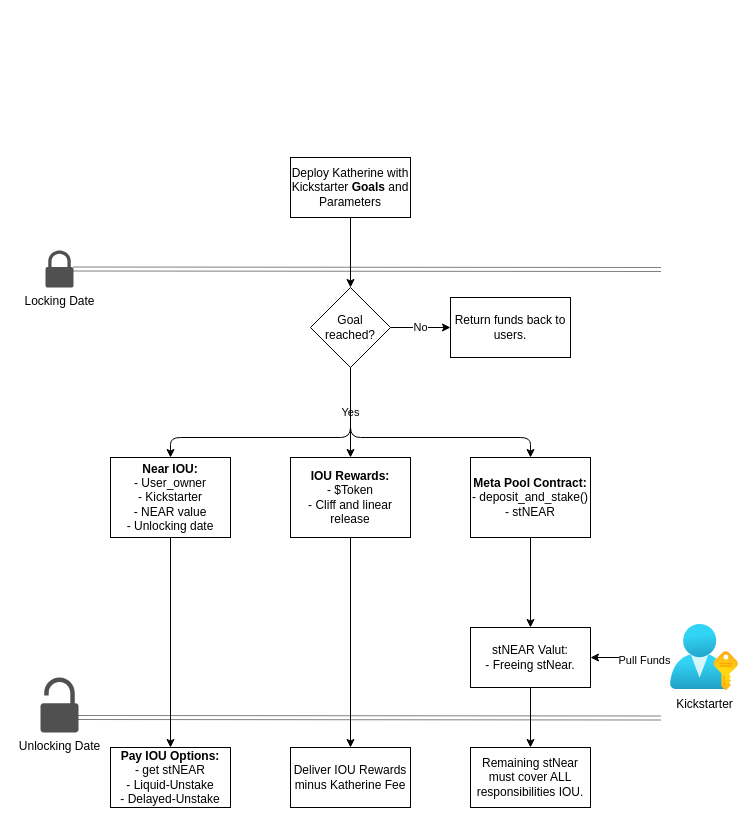
The draw.io diagram media/logic.drawio in Narwallets/katherine-fundraising, before the edit. Source tidied: cells renumbered, new cells numbered last; positions are measured from the earlier drawing's top-left corner, leaving out a move shared by most shapes. Both pictures are drawn from the tidied source at 100%, with x=0, y=0 at pixel (40, 157).
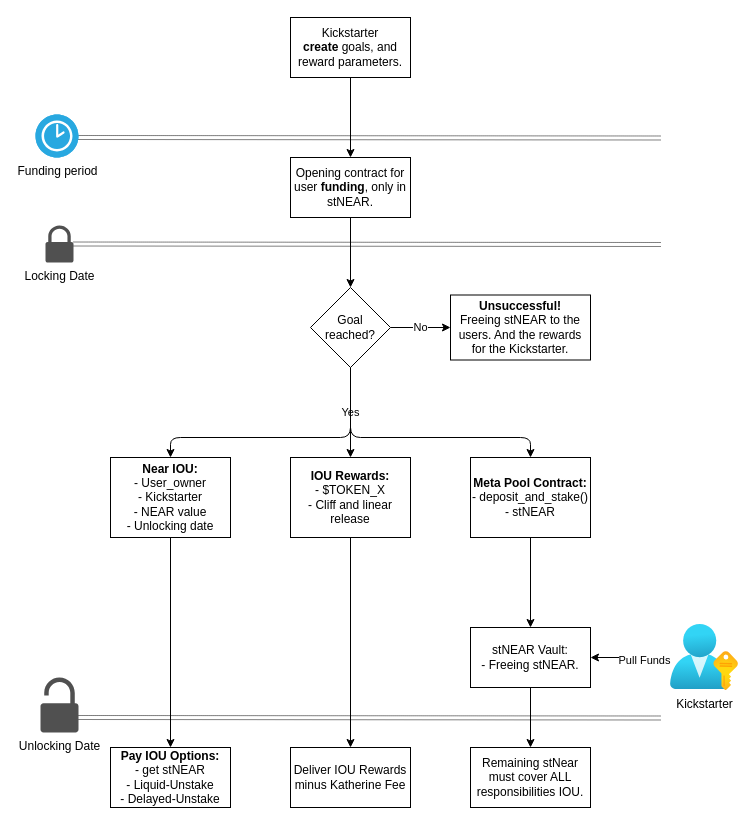
The same diagram, later.

Diff of the diagram source:
```diff
@@
-    <mxCell id="3" value="Deploy Katherine with Kickstarter &lt;b&gt;Goals&lt;/b&gt; and Parameters" style="whiteSpace=wrap;html=1;" parent="1" vertex="1">
+    <mxCell id="3" value="Opening contract for user&amp;nbsp;&lt;b&gt;funding&lt;/b&gt;, only in stNEAR." style="whiteSpace=wrap;html=1;" parent="1" vertex="1">
       <mxGeometry x="250" width="120" height="60" as="geometry" />
     </mxCell>
@@
-    <mxCell id="9" value="Return funds back to users." style="whiteSpace=wrap;html=1;" parent="1" vertex="1">
-      <mxGeometry x="410" y="140" width="120" height="60" as="geometry" />
+    <mxCell id="9" value="&lt;b&gt;Unsuccessful!&lt;br&gt;&lt;/b&gt;Freeing stNEAR to the users. And the rewards for the Kickstarter." style="whiteSpace=wrap;html=1;" parent="1" vertex="1">
+      <mxGeometry x="410" y="137.5" width="140" height="65" as="geometry" />
     </mxCell>
@@
-    <mxCell id="11" value="&lt;b&gt;IOU Rewards:&lt;/b&gt;&lt;br&gt;- $Token&lt;br&gt;- Cliff and linear release" style="whiteSpace=wrap;html=1;" parent="1" vertex="1">
+    <mxCell id="11" value="&lt;b&gt;IOU Rewards:&lt;/b&gt;&lt;br&gt;- $TOKEN_X&lt;br&gt;- Cliff and linear release" style="whiteSpace=wrap;html=1;" parent="1" vertex="1">
       <mxGeometry x="250" y="300" width="120" height="80" as="geometry" />
     </mxCell>
@@
-    <mxCell id="17" value="stNEAR Valut:&lt;br&gt;- Freeing stNear.&lt;br&gt;" style="whiteSpace=wrap;html=1;" parent="1" vertex="1">
+    <mxCell id="17" value="stNEAR Vault:&lt;br&gt;- Freeing stNEAR." style="whiteSpace=wrap;html=1;" parent="1" vertex="1">
       <mxGeometry x="430" y="470" width="120" height="60" as="geometry" />
     </mxCell>
@@
     <mxCell id="21" style="edgeStyle=none;html=1;dashed=1;dashPattern=1 1;shape=link;" parent="1" edge="1" source="22">
       <mxGeometry relative="1" as="geometry">
-        <mxPoint x="620" y="112" as="targetPoint" />
+        <mxPoint x="620" y="87" as="targetPoint" />
       </mxGeometry>
     </mxCell>
     <mxCell id="22" value="Locking Date" style="sketch=0;shadow=0;dashed=0;html=1;strokeColor=none;fillColor=#505050;labelPosition=center;verticalLabelPosition=bottom;verticalAlign=top;outlineConnect=0;align=center;shape=mxgraph.office.security.lock_protected;" parent="1" vertex="1">
-      <mxGeometry x="5" y="93" width="28" height="37" as="geometry" />
+      <mxGeometry x="5" y="68" width="28" height="37" as="geometry" />
     </mxCell>
@@
+    <mxCell id="28" style="edgeStyle=none;html=1;" parent="1" edge="1" source="29" target="3">
+      <mxGeometry relative="1" as="geometry" />
+    </mxCell>
+    <mxCell id="29" value="Kickstarter &lt;b&gt;create&lt;/b&gt;&amp;nbsp;goals, and reward parameters." style="whiteSpace=wrap;html=1;" parent="1" vertex="1">
+      <mxGeometry x="250" y="-140" width="120" height="60" as="geometry" />
+    </mxCell>
+    <mxCell id="30" style="edgeStyle=none;html=1;dashed=1;dashPattern=1 1;shape=link;" parent="1" edge="1">
+      <mxGeometry relative="1" as="geometry">
+        <mxPoint x="33" y="-20" as="sourcePoint" />
+        <mxPoint x="620" y="-19.5" as="targetPoint" />
+      </mxGeometry>
+    </mxCell>
+    <mxCell id="31" value="Funding period" style="fillColor=#28A8E0;verticalLabelPosition=bottom;sketch=0;html=1;strokeColor=#ffffff;verticalAlign=top;align=center;shape=mxgraph.cisco_safe.compositeIcon;bgIcon=ellipse;resIcon=mxgraph.cisco_safe.capability.time_synchronization;" parent="1" vertex="1">
+      <mxGeometry x="-5" y="-43" width="43" height="43" as="geometry" />
+    </mxCell>
```
